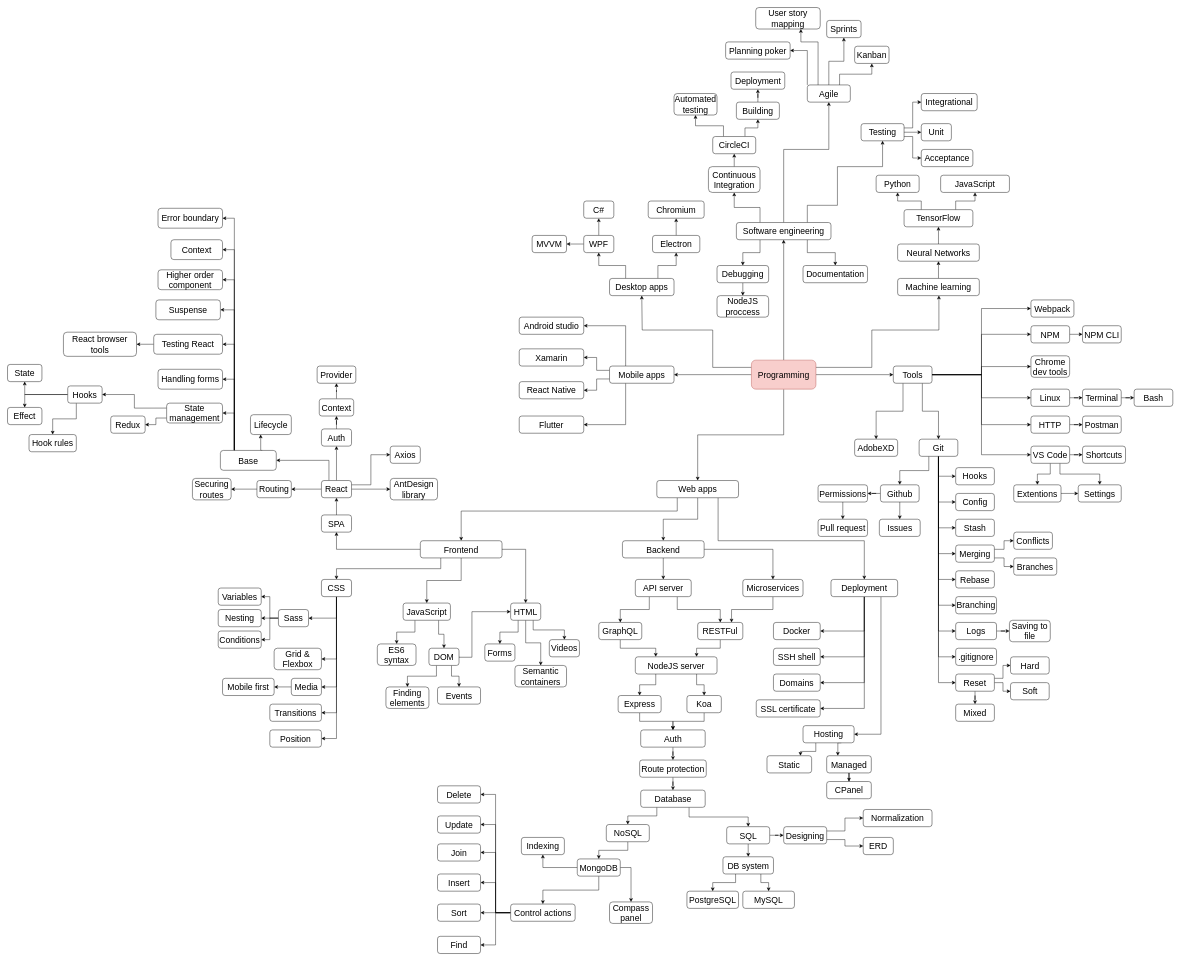
armandasalmd/continuous-development keeps this draw.io diagram as cdp.drawio. Above is the earlier version. Source tidied: cells renumbered, new cells numbered last; positions are measured from the earlier drawing's top-left corner, leaving out a move shared by most shapes. Both pictures are drawn from the tidied source at 43%, with x=0, y=0 at pixel (7, 7).
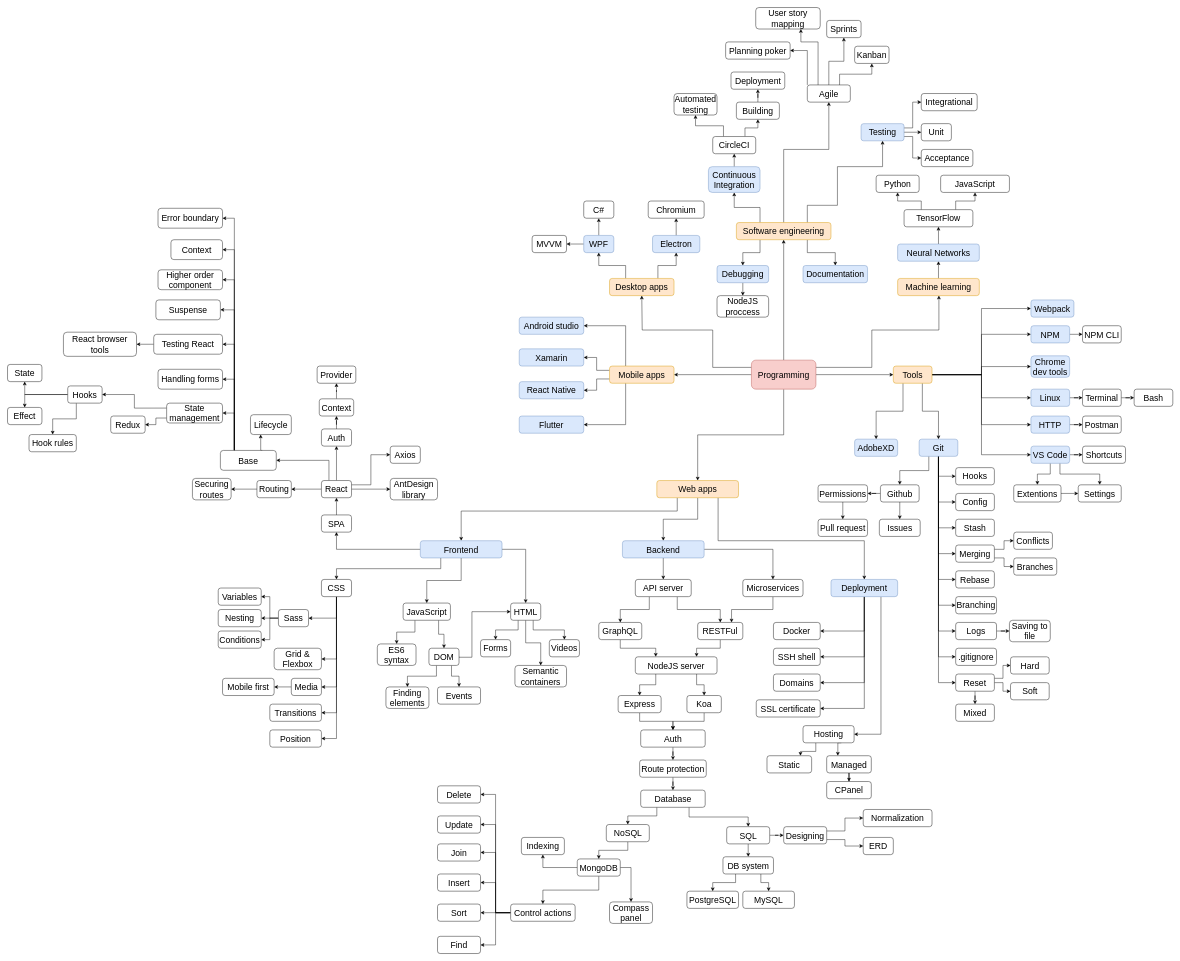
After the change.

Commit message (it also covers changes not shown here):
new schema cpd update, readme update

Change to the diagram source:
```diff
@@
-    <mxCell id="13" value="&lt;font style=&quot;font-size: 20px&quot;&gt;Mobile apps&lt;/font&gt;" style="rounded=1;whiteSpace=wrap;html=1;" parent="1" vertex="1">
+    <mxCell id="13" value="&lt;font style=&quot;font-size: 20px&quot;&gt;Mobile apps&lt;/font&gt;" style="rounded=1;whiteSpace=wrap;html=1;fillColor=#ffe6cc;strokeColor=#d79b00;" parent="1" vertex="1">
       <mxGeometry x="1400" y="833.8" width="150" height="40" as="geometry" />
     </mxCell>
@@
-    <mxCell id="16" value="&lt;font style=&quot;font-size: 20px&quot;&gt;Desktop apps&lt;/font&gt;" style="rounded=1;whiteSpace=wrap;html=1;" parent="1" vertex="1">
+    <mxCell id="16" value="&lt;font style=&quot;font-size: 20px&quot;&gt;Desktop apps&lt;/font&gt;" style="rounded=1;whiteSpace=wrap;html=1;fillColor=#ffe6cc;strokeColor=#d79b00;" parent="1" vertex="1">
       <mxGeometry x="1400" y="630" width="150" height="40" as="geometry" />
     </mxCell>
@@
-    <mxCell id="18" value="&lt;font style=&quot;font-size: 20px&quot;&gt;Machine learning&lt;/font&gt;" style="rounded=1;whiteSpace=wrap;html=1;" parent="1" vertex="1">
+    <mxCell id="18" value="&lt;font style=&quot;font-size: 20px&quot;&gt;Machine learning&lt;/font&gt;" style="rounded=1;whiteSpace=wrap;html=1;fillColor=#ffe6cc;strokeColor=#d79b00;" parent="1" vertex="1">
       <mxGeometry x="2070" y="630" width="190" height="40" as="geometry" />
     </mxCell>
@@
-    <mxCell id="27" value="&lt;font style=&quot;font-size: 20px&quot;&gt;Tools&lt;/font&gt;" style="rounded=1;whiteSpace=wrap;html=1;" parent="1" vertex="1">
+    <mxCell id="27" value="&lt;font style=&quot;font-size: 20px&quot;&gt;Tools&lt;/font&gt;" style="rounded=1;whiteSpace=wrap;html=1;fillColor=#ffe6cc;strokeColor=#d79b00;" parent="1" vertex="1">
       <mxGeometry x="2060" y="833.8" width="90" height="40" as="geometry" />
     </mxCell>
@@
-    <mxCell id="33" value="&lt;font style=&quot;font-size: 20px&quot;&gt;Software engineering&lt;/font&gt;" style="rounded=1;whiteSpace=wrap;html=1;" parent="1" vertex="1">
+    <mxCell id="33" value="&lt;font style=&quot;font-size: 20px&quot;&gt;Software engineering&lt;/font&gt;" style="rounded=1;whiteSpace=wrap;html=1;fillColor=#ffe6cc;strokeColor=#d79b00;" parent="1" vertex="1">
       <mxGeometry x="1695" y="500" width="220" height="40" as="geometry" />
     </mxCell>
@@
-    <mxCell id="37" value="&lt;font style=&quot;font-size: 20px&quot;&gt;Web apps&lt;/font&gt;" style="rounded=1;whiteSpace=wrap;html=1;" parent="1" vertex="1">
+    <mxCell id="37" value="&lt;font style=&quot;font-size: 20px&quot;&gt;Web apps&lt;/font&gt;" style="rounded=1;whiteSpace=wrap;html=1;fillColor=#ffe6cc;strokeColor=#d79b00;" parent="1" vertex="1">
       <mxGeometry x="1510" y="1100" width="190" height="40" as="geometry" />
     </mxCell>
@@
-    <mxCell id="39" value="&lt;font style=&quot;font-size: 20px&quot;&gt;Electron&lt;/font&gt;" style="rounded=1;whiteSpace=wrap;html=1;" parent="1" vertex="1">
+    <mxCell id="39" value="&lt;font style=&quot;font-size: 20px&quot;&gt;Electron&lt;/font&gt;" style="rounded=1;whiteSpace=wrap;html=1;fillColor=#dae8fc;strokeColor=#6c8ebf;" parent="1" vertex="1">
       <mxGeometry x="1500" y="530" width="110" height="40" as="geometry" />
     </mxCell>
@@
-    <mxCell id="42" value="&lt;font style=&quot;font-size: 20px&quot;&gt;WPF&lt;/font&gt;" style="rounded=1;whiteSpace=wrap;html=1;" parent="1" vertex="1">
+    <mxCell id="42" value="&lt;font style=&quot;font-size: 20px&quot;&gt;WPF&lt;/font&gt;" style="rounded=1;whiteSpace=wrap;html=1;fillColor=#dae8fc;strokeColor=#6c8ebf;" parent="1" vertex="1">
       <mxGeometry x="1340" y="530" width="70" height="40" as="geometry" />
     </mxCell>
@@
-    <mxCell id="46" value="&lt;font style=&quot;font-size: 20px&quot;&gt;Android studio&lt;/font&gt;" style="rounded=1;whiteSpace=wrap;html=1;" parent="1" vertex="1">
+    <mxCell id="46" value="&lt;font style=&quot;font-size: 20px&quot;&gt;Android studio&lt;/font&gt;" style="rounded=1;whiteSpace=wrap;html=1;fillColor=#dae8fc;strokeColor=#6c8ebf;" parent="1" vertex="1">
       <mxGeometry x="1190" y="720" width="150" height="40" as="geometry" />
     </mxCell>
-    <mxCell id="47" value="&lt;font style=&quot;font-size: 20px&quot;&gt;Xamarin&lt;/font&gt;" style="rounded=1;whiteSpace=wrap;html=1;" parent="1" vertex="1">
+    <mxCell id="47" value="&lt;font style=&quot;font-size: 20px&quot;&gt;Xamarin&lt;/font&gt;" style="rounded=1;whiteSpace=wrap;html=1;fillColor=#dae8fc;strokeColor=#6c8ebf;" parent="1" vertex="1">
       <mxGeometry x="1190" y="793.8" width="150" height="40" as="geometry" />
     </mxCell>
-    <mxCell id="48" value="&lt;font style=&quot;font-size: 20px&quot;&gt;React Native&lt;/font&gt;" style="rounded=1;whiteSpace=wrap;html=1;" parent="1" vertex="1">
+    <mxCell id="48" value="&lt;font style=&quot;font-size: 20px&quot;&gt;React Native&lt;/font&gt;" style="rounded=1;whiteSpace=wrap;html=1;fillColor=#dae8fc;strokeColor=#6c8ebf;" parent="1" vertex="1">
       <mxGeometry x="1190" y="870" width="150" height="40" as="geometry" />
     </mxCell>
-    <mxCell id="49" value="&lt;font style=&quot;font-size: 20px&quot;&gt;Flutter&lt;/font&gt;" style="rounded=1;whiteSpace=wrap;html=1;" parent="1" vertex="1">
+    <mxCell id="49" value="&lt;font style=&quot;font-size: 20px&quot;&gt;Flutter&lt;/font&gt;" style="rounded=1;whiteSpace=wrap;html=1;fillColor=#dae8fc;strokeColor=#6c8ebf;" parent="1" vertex="1">
       <mxGeometry x="1190" y="950" width="150" height="40" as="geometry" />
     </mxCell>
@@
-    <mxCell id="51" value="&lt;font style=&quot;font-size: 20px&quot;&gt;Neural Networks&lt;/font&gt;" style="rounded=1;whiteSpace=wrap;html=1;" parent="1" vertex="1">
+    <mxCell id="51" value="&lt;font style=&quot;font-size: 20px&quot;&gt;Neural Networks&lt;/font&gt;" style="rounded=1;whiteSpace=wrap;html=1;fillColor=#dae8fc;strokeColor=#6c8ebf;" parent="1" vertex="1">
       <mxGeometry x="2070" y="550" width="190" height="40" as="geometry" />
     </mxCell>
@@
-    <mxCell id="58" value="&lt;font style=&quot;font-size: 20px&quot;&gt;Debugging&lt;/font&gt;" style="rounded=1;whiteSpace=wrap;html=1;" parent="1" vertex="1">
+    <mxCell id="58" value="&lt;font style=&quot;font-size: 20px&quot;&gt;Debugging&lt;/font&gt;" style="rounded=1;whiteSpace=wrap;html=1;fillColor=#dae8fc;strokeColor=#6c8ebf;" parent="1" vertex="1">
       <mxGeometry x="1650" y="600" width="120" height="40" as="geometry" />
     </mxCell>
@@
-    <mxCell id="60" value="&lt;font style=&quot;font-size: 20px&quot;&gt;Continuous Integration&lt;/font&gt;" style="rounded=1;whiteSpace=wrap;html=1;" parent="1" vertex="1">
+    <mxCell id="60" value="&lt;font style=&quot;font-size: 20px&quot;&gt;Continuous Integration&lt;/font&gt;" style="rounded=1;whiteSpace=wrap;html=1;fillColor=#dae8fc;strokeColor=#6c8ebf;" parent="1" vertex="1">
       <mxGeometry x="1630" y="370" width="120" height="60" as="geometry" />
     </mxCell>
@@
-    <mxCell id="77" value="&lt;font style=&quot;font-size: 20px&quot;&gt;Testing&lt;/font&gt;" style="rounded=1;whiteSpace=wrap;html=1;" parent="1" vertex="1">
+    <mxCell id="77" value="&lt;font style=&quot;font-size: 20px&quot;&gt;Testing&lt;/font&gt;" style="rounded=1;whiteSpace=wrap;html=1;fillColor=#dae8fc;strokeColor=#6c8ebf;" parent="1" vertex="1">
       <mxGeometry x="1985" y="270" width="100" height="40" as="geometry" />
     </mxCell>
-    <mxCell id="78" value="&lt;font style=&quot;font-size: 20px&quot;&gt;Documentation&lt;/font&gt;" style="rounded=1;whiteSpace=wrap;html=1;" parent="1" vertex="1">
+    <mxCell id="78" value="&lt;font style=&quot;font-size: 20px&quot;&gt;Documentation&lt;/font&gt;" style="rounded=1;whiteSpace=wrap;html=1;fillColor=#dae8fc;strokeColor=#6c8ebf;" parent="1" vertex="1">
       <mxGeometry x="1850" y="600" width="150" height="40" as="geometry" />
     </mxCell>
@@
-    <mxCell id="86" value="&lt;font style=&quot;font-size: 20px&quot;&gt;Webpack&lt;/font&gt;" style="rounded=1;whiteSpace=wrap;html=1;" parent="1" vertex="1">
+    <mxCell id="86" value="&lt;font style=&quot;font-size: 20px&quot;&gt;Webpack&lt;/font&gt;" style="rounded=1;whiteSpace=wrap;html=1;fillColor=#dae8fc;strokeColor=#6c8ebf;" parent="1" vertex="1">
       <mxGeometry x="2380" y="680" width="100" height="40" as="geometry" />
     </mxCell>
@@
-    <mxCell id="88" value="&lt;font style=&quot;font-size: 20px&quot;&gt;NPM&lt;/font&gt;" style="rounded=1;whiteSpace=wrap;html=1;" parent="1" vertex="1">
+    <mxCell id="88" value="&lt;font style=&quot;font-size: 20px&quot;&gt;NPM&lt;/font&gt;" style="rounded=1;whiteSpace=wrap;html=1;fillColor=#dae8fc;strokeColor=#6c8ebf;" parent="1" vertex="1">
       <mxGeometry x="2380" y="740" width="90" height="40" as="geometry" />
     </mxCell>
@@
-    <mxCell id="90" value="&lt;font style=&quot;font-size: 20px&quot;&gt;Linux&lt;/font&gt;" style="rounded=1;whiteSpace=wrap;html=1;" parent="1" vertex="1">
+    <mxCell id="90" value="&lt;font style=&quot;font-size: 20px&quot;&gt;Linux&lt;/font&gt;" style="rounded=1;whiteSpace=wrap;html=1;fillColor=#dae8fc;strokeColor=#6c8ebf;" parent="1" vertex="1">
       <mxGeometry x="2380" y="887.5" width="90" height="40" as="geometry" />
     </mxCell>
-    <mxCell id="91" value="&lt;font style=&quot;font-size: 20px&quot;&gt;Chrome dev tools&lt;/font&gt;" style="rounded=1;whiteSpace=wrap;html=1;" parent="1" vertex="1">
+    <mxCell id="91" value="&lt;font style=&quot;font-size: 20px&quot;&gt;Chrome dev tools&lt;/font&gt;" style="rounded=1;whiteSpace=wrap;html=1;fillColor=#dae8fc;strokeColor=#6c8ebf;" parent="1" vertex="1">
       <mxGeometry x="2380" y="810" width="90" height="50" as="geometry" />
     </mxCell>
-    <mxCell id="92" value="&lt;font style=&quot;font-size: 20px&quot;&gt;AdobeXD&lt;/font&gt;" style="rounded=1;whiteSpace=wrap;html=1;" parent="1" vertex="1">
+    <mxCell id="92" value="&lt;font style=&quot;font-size: 20px&quot;&gt;AdobeXD&lt;/font&gt;" style="rounded=1;whiteSpace=wrap;html=1;fillColor=#dae8fc;strokeColor=#6c8ebf;" parent="1" vertex="1">
       <mxGeometry x="1970" y="1003.8" width="100" height="40" as="geometry" />
     </mxCell>
@@
-    <mxCell id="94" value="&lt;font style=&quot;font-size: 20px&quot;&gt;HTTP&lt;/font&gt;" style="rounded=1;whiteSpace=wrap;html=1;" parent="1" vertex="1">
+    <mxCell id="94" value="&lt;font style=&quot;font-size: 20px&quot;&gt;HTTP&lt;/font&gt;" style="rounded=1;whiteSpace=wrap;html=1;fillColor=#dae8fc;strokeColor=#6c8ebf;" parent="1" vertex="1">
       <mxGeometry x="2380" y="950" width="90" height="40" as="geometry" />
     </mxCell>
@@
-    <mxCell id="105" value="&lt;font style=&quot;font-size: 20px&quot;&gt;Git&lt;/font&gt;" style="rounded=1;whiteSpace=wrap;html=1;" parent="1" vertex="1">
+    <mxCell id="105" value="&lt;font style=&quot;font-size: 20px&quot;&gt;Git&lt;/font&gt;" style="rounded=1;whiteSpace=wrap;html=1;fillColor=#dae8fc;strokeColor=#6c8ebf;" parent="1" vertex="1">
       <mxGeometry x="2120" y="1003.8" width="90" height="40" as="geometry" />
     </mxCell>
@@
-    <mxCell id="109" value="&lt;font style=&quot;font-size: 20px&quot;&gt;VS Code&lt;/font&gt;" style="rounded=1;whiteSpace=wrap;html=1;" parent="1" vertex="1">
+    <mxCell id="109" value="&lt;font style=&quot;font-size: 20px&quot;&gt;VS Code&lt;/font&gt;" style="rounded=1;whiteSpace=wrap;html=1;fillColor=#dae8fc;strokeColor=#6c8ebf;" parent="1" vertex="1">
       <mxGeometry x="2380" y="1020" width="90" height="40" as="geometry" />
     </mxCell>
@@
-    <mxCell id="151" value="&lt;font style=&quot;font-size: 20px&quot;&gt;Frontend&lt;/font&gt;" style="rounded=1;whiteSpace=wrap;html=1;" parent="1" vertex="1">
+    <mxCell id="151" value="&lt;font style=&quot;font-size: 20px&quot;&gt;Frontend&lt;/font&gt;" style="rounded=1;whiteSpace=wrap;html=1;fillColor=#dae8fc;strokeColor=#6c8ebf;" parent="1" vertex="1">
       <mxGeometry x="960" y="1240" width="190" height="40" as="geometry" />
     </mxCell>
@@
-    <mxCell id="154" value="&lt;font style=&quot;font-size: 20px&quot;&gt;Backend&lt;/font&gt;" style="rounded=1;whiteSpace=wrap;html=1;" parent="1" vertex="1">
+    <mxCell id="154" value="&lt;font style=&quot;font-size: 20px&quot;&gt;Backend&lt;/font&gt;" style="rounded=1;whiteSpace=wrap;html=1;fillColor=#dae8fc;strokeColor=#6c8ebf;" parent="1" vertex="1">
       <mxGeometry x="1430" y="1240" width="190" height="40" as="geometry" />
     </mxCell>
@@
     <mxCell id="196" value="&lt;font style=&quot;font-size: 20px&quot;&gt;Forms&lt;/font&gt;" style="rounded=1;whiteSpace=wrap;html=1;" parent="1" vertex="1">
-      <mxGeometry x="1110" y="1480" width="70" height="40" as="geometry" />
+      <mxGeometry x="1100" y="1470" width="70" height="40" as="geometry" />
     </mxCell>
@@
-    <mxCell id="263" value="&lt;font style=&quot;font-size: 20px&quot;&gt;Deployment&lt;/font&gt;" style="rounded=1;whiteSpace=wrap;html=1;" parent="1" vertex="1">
+    <mxCell id="263" value="&lt;font style=&quot;font-size: 20px&quot;&gt;Deployment&lt;/font&gt;" style="rounded=1;whiteSpace=wrap;html=1;fillColor=#dae8fc;strokeColor=#6c8ebf;" parent="1" vertex="1">
       <mxGeometry x="1915" y="1330" width="155" height="40" as="geometry" />
     </mxCell>
```
